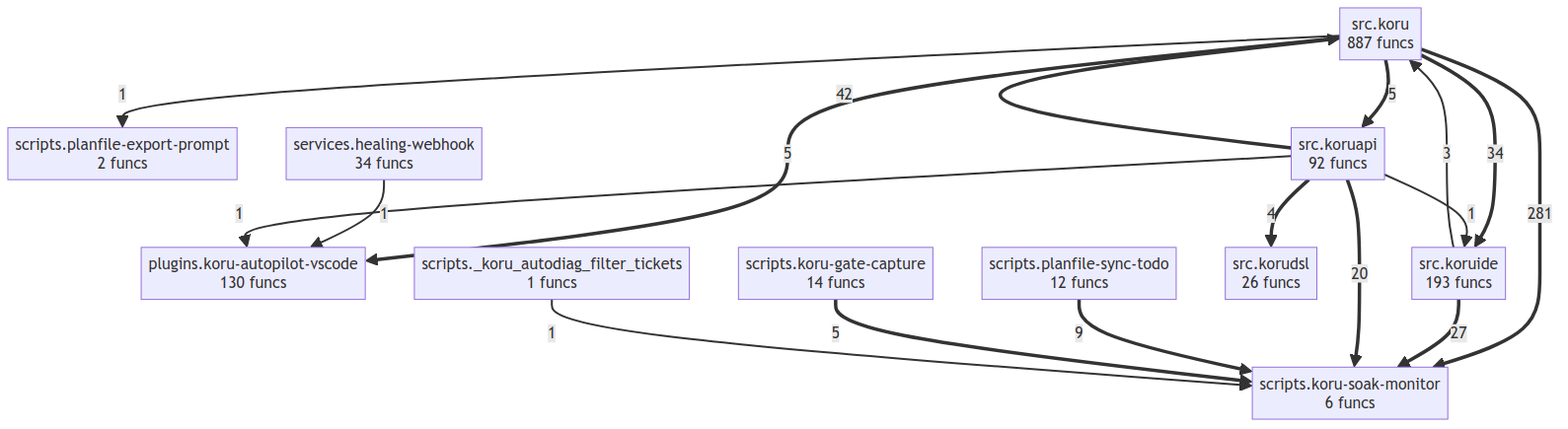
The Mermaid diagram project/compact_flow.png in semcod/koru, before a commit. Its source is kept beside it as project/compact_flow.mmd.
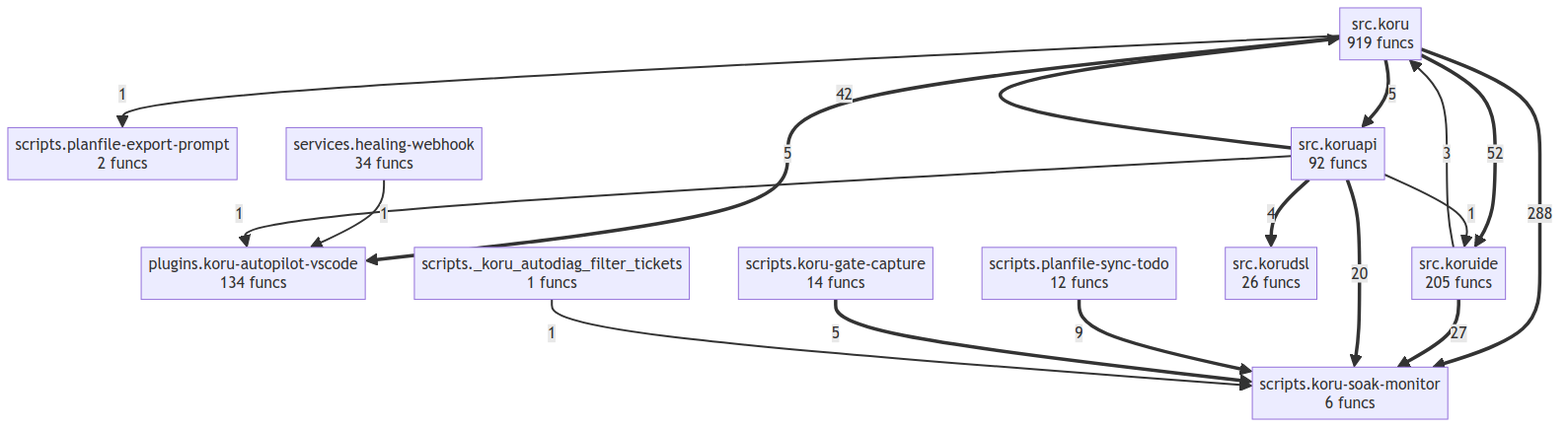
After the change.

What changed in the source:
```diff
@@ -1,18 +1,18 @@
 flowchart TD
-    plugins__koru_autopilot_vscode["plugins.koru-autopilot-vscode<br/>130 funcs"]
+    plugins__koru_autopilot_vscode["plugins.koru-autopilot-vscode<br/>134 funcs"]
     scripts___koru_autodiag_filter_tickets["scripts._koru_autodiag_filter_tickets<br/>1 funcs"]
     scripts__koru_gate_capture["scripts.koru-gate-capture<br/>14 funcs"]
     scripts__koru_soak_monitor["scripts.koru-soak-monitor<br/>6 funcs"]
     scripts__planfile_export_prompt["scripts.planfile-export-prompt<br/>2 funcs"]
     scripts__planfile_sync_todo["scripts.planfile-sync-todo<br/>12 funcs"]
     services__healing_webhook["services.healing-webhook<br/>34 funcs"]
-    src__koru["src.koru<br/>887 funcs"]
+    src__koru["src.koru<br/>919 funcs"]
     src__koruapi["src.koruapi<br/>92 funcs"]
     src__korudsl["src.korudsl<br/>26 funcs"]
-    src__koruide["src.koruide<br/>193 funcs"]
-    src__koru ==>|281| scripts__koru_soak_monitor
+    src__koruide["src.koruide<br/>205 funcs"]
+    src__koru ==>|288| scripts__koru_soak_monitor
+    src__koru ==>|52| src__koruide
     src__koruapi ==>|42| src__koru
-    src__koru ==>|34| src__koruide
     src__koruide ==>|27| scripts__koru_soak_monitor
     src__koruapi ==>|20| scripts__koru_soak_monitor
     scripts__planfile_sync_todo ==>|9| scripts__koru_soak_monitor
```
